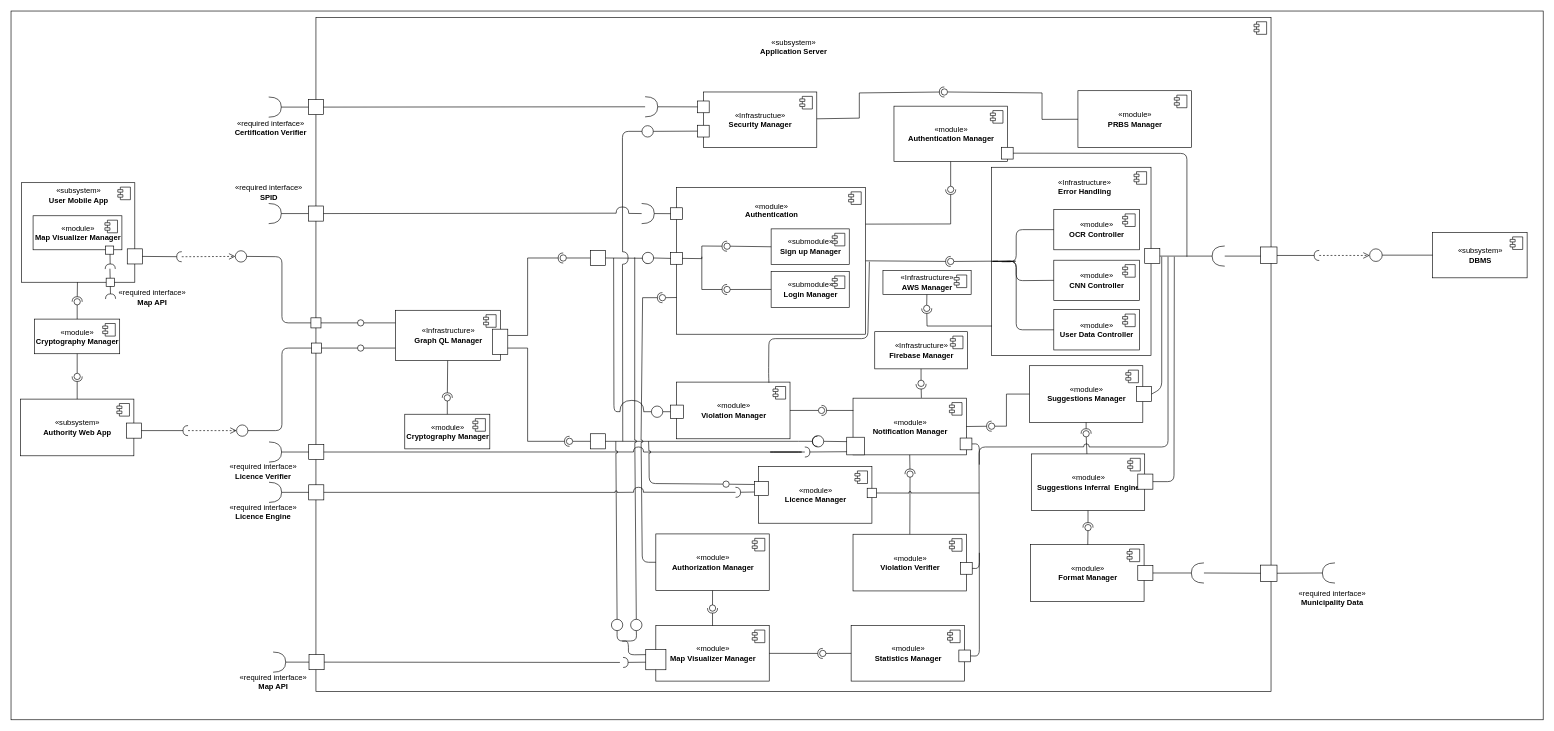
Before: DD/Components Diagram.drawio in comidan/SafeStreets, a draw.io diagram. Source tidied: cells renumbered, new cells numbered last; positions are measured from the earlier drawing's top-left corner, leaving out a move shared by most shapes. Both pictures are drawn from the tidied source at 63%, with x=0, y=0 at pixel (11, 11).
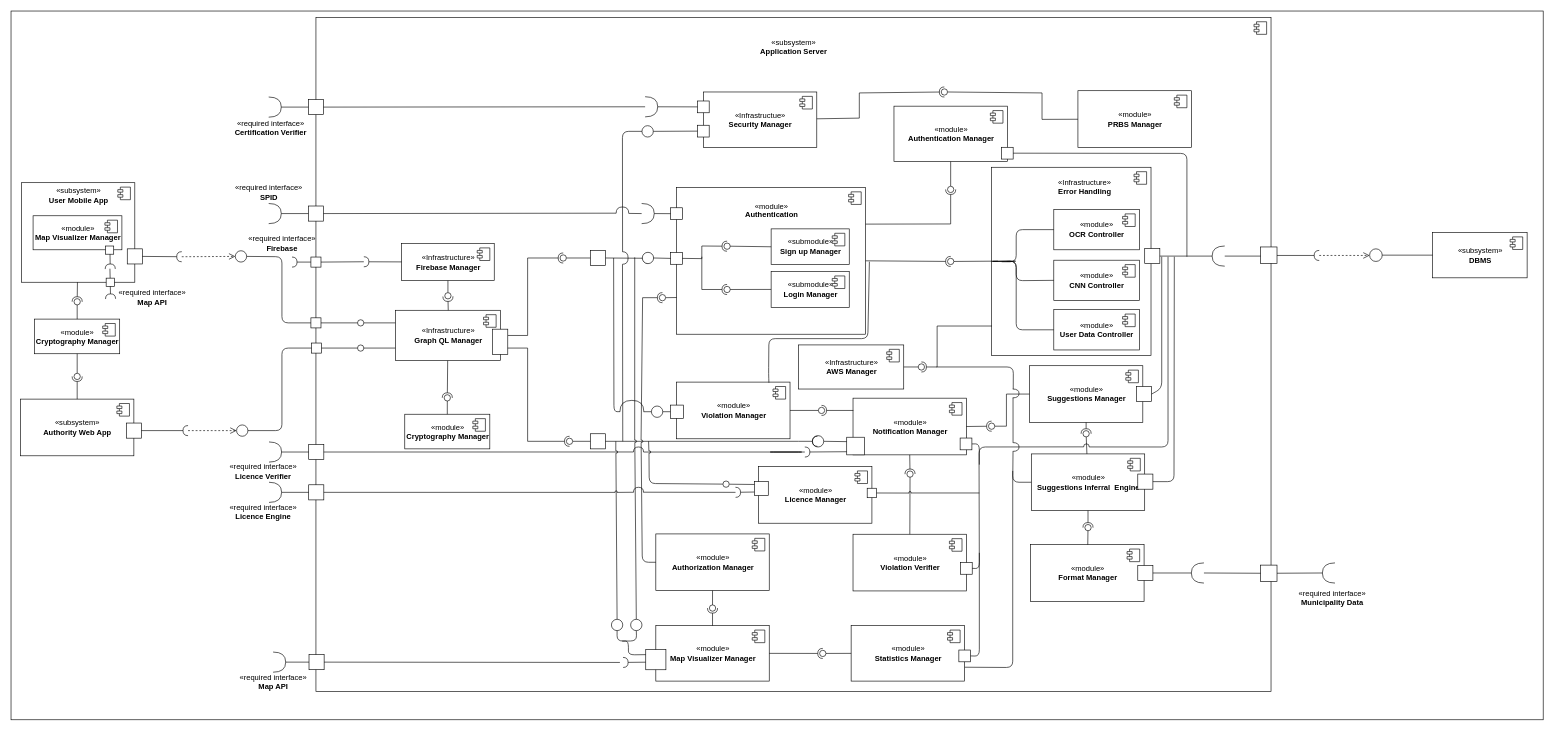
The same page after the edit.

Commit message (it also covers changes not shown here):
- Component view update

Unchanged cells that the change refers to:
```xml
<mxCell id="3" style="html=1;" parent="1" vertex="1">
  <mxGeometry x="484" y="10" width="1516" height="1070" as="geometry" />
</mxCell>
<mxCell id="25" value="«module»&lt;br&gt;&lt;b&gt;Statistics Manager&lt;/b&gt;" style="html=1;" parent="1" vertex="1">
  <mxGeometry x="1333.5" y="975.6" width="180" height="88" as="geometry" />
</mxCell>
<mxCell id="51" value="«module»&lt;br&gt;&lt;b&gt;Suggestions Inferral&amp;nbsp; Engine&lt;/b&gt;" style="html=1;" parent="1" vertex="1">
  <mxGeometry x="1619.5" y="703" width="180" height="90" as="geometry" />
</mxCell>
```

The edit, as a diff of the source:
```diff
@@
     <mxCell id="9" value="«Infrastructure»&lt;br&gt;&lt;b&gt;AWS Manager&lt;/b&gt;" style="html=1;" parent="3" vertex="1">
-      <mxGeometry x="900" y="402" width="140" height="38" as="geometry" />
+      <mxGeometry x="766" y="520" width="167" height="70" as="geometry" />
     </mxCell>
@@
-    <mxCell id="11" style="rounded=0;jettySize=auto;html=1;endArrow=none;endFill=0;" parent="3" edge="1" source="9" target="12">
+    <mxCell id="11" style="rounded=0;jettySize=auto;html=1;endArrow=none;endFill=0;exitX=1;exitY=0.5;exitDx=0;exitDy=0;" parent="3" edge="1" source="9" target="12">
       <mxGeometry relative="1" as="geometry" />
     </mxCell>
     <mxCell id="12" style="ellipse;whiteSpace=wrap;html=1;fontFamily=Helvetica;fontSize=12;fontColor=#000000;align=center;strokeColor=#000000;fillColor=#ffffff;points=[];" parent="3" vertex="1">
-      <mxGeometry x="964.5" y="457" width="10" height="10" as="geometry" />
+      <mxGeometry x="956" y="550" width="10" height="10" as="geometry" />
     </mxCell>
     <mxCell id="13" value="«Infrastructure»&lt;br&gt;&lt;b&gt;Firebase Manager&lt;/b&gt;" style="html=1;" parent="3" vertex="1">
-      <mxGeometry x="887" y="499" width="147" height="59" as="geometry" />
+      <mxGeometry x="136" y="359" width="147" height="59" as="geometry" />
     </mxCell>
@@
     <mxCell id="16" style="ellipse;whiteSpace=wrap;html=1;fontFamily=Helvetica;fontSize=12;fontColor=#000000;align=center;strokeColor=#000000;fillColor=#ffffff;points=[];" parent="3" vertex="1">
-      <mxGeometry x="955.5" y="576" width="10" height="10" as="geometry" />
+      <mxGeometry x="204.5" y="437" width="10" height="10" as="geometry" />
     </mxCell>
+    <mxCell id="278" style="rounded=0;jettySize=auto;html=1;endArrow=halfCircle;endFill=0;endSize=6;strokeWidth=1;" parent="3" edge="1" source="13">
+      <mxGeometry relative="1" as="geometry">
+        <mxPoint x="76" y="388" as="targetPoint" />
+      </mxGeometry>
+    </mxCell>
+    <mxCell id="279" style="endArrow=none;html=1;entryX=0.081;entryY=0.01;entryDx=0;entryDy=0;entryPerimeter=0;" parent="3" edge="1" target="280">
+      <mxGeometry relative="1" as="geometry">
+        <mxPoint x="985" y="555" as="sourcePoint" />
+        <Array as="points">
+          <mxPoint x="1107" y="555" />
+        </Array>
+      </mxGeometry>
+    </mxCell>
+    <mxCell id="280" style="shape=requiredInterface;html=1;verticalLabelPosition=bottom;" parent="3" vertex="1">
+      <mxGeometry x="1106" y="590" width="10" height="14" as="geometry" />
+    </mxCell>
+    <mxCell id="281" style="shape=requiredInterface;html=1;verticalLabelPosition=bottom;" parent="3" vertex="1">
+      <mxGeometry x="1106" y="675" width="10" height="14" as="geometry" />
+    </mxCell>
+    <mxCell id="282" style="endArrow=none;html=1;entryX=0.052;entryY=0.988;entryDx=0;entryDy=0;entryPerimeter=0;exitX=0.052;exitY=-0.025;exitDx=0;exitDy=0;exitPerimeter=0;" parent="3" edge="1" source="281">
+      <mxGeometry relative="1" as="geometry">
+        <mxPoint x="1106.5" y="603.8" as="targetPoint" />
+      </mxGeometry>
+    </mxCell>
+    <mxCell id="283" style="endArrow=none;html=1;exitX=1;exitY=0.75;exitDx=0;exitDy=0;" parent="3" edge="1" source="25">
+      <mxGeometry relative="1" as="geometry">
+        <mxPoint x="1106" y="720" as="targetPoint" />
+        <Array as="points">
+          <mxPoint x="1106" y="1032" />
+        </Array>
+      </mxGeometry>
+    </mxCell>
@@
     <mxCell id="271" style="rounded=0;jettySize=auto;html=1;endArrow=halfCircle;endFill=0;entryX=0.5;entryY=0.5;entryDx=0;entryDy=0;endSize=6;strokeWidth=1;" parent="1" edge="1" target="12">
       <mxGeometry relative="1" as="geometry">
         <mxPoint x="1557" y="500" as="sourcePoint" />
         <Array as="points">
-          <mxPoint x="1454" y="500" />
+          <mxPoint x="1470" y="500" />
+          <mxPoint x="1470" y="565" />
         </Array>
       </mxGeometry>
     </mxCell>
     <mxCell id="272" style="rounded=0;orthogonalLoop=1;jettySize=auto;html=1;endArrow=halfCircle;endFill=0;entryX=0.5;entryY=0.5;entryDx=0;entryDy=0;endSize=6;strokeWidth=1;" parent="1" edge="1">
       <mxGeometry relative="1" as="geometry">
-        <mxPoint x="1445" y="614" as="sourcePoint" />
-        <mxPoint x="1444.5" y="592" as="targetPoint" />
+        <mxPoint x="694" y="475" as="sourcePoint" />
+        <mxPoint x="693.5" y="453" as="targetPoint" />
       </mxGeometry>
     </mxCell>
@@
+    <mxCell id="284" style="whiteSpace=wrap;html=1;" parent="1" vertex="1">
+      <mxGeometry x="476" y="390.5" width="16" height="16" as="geometry" />
+    </mxCell>
+    <mxCell id="285" style="endArrow=none;html=1;exitX=1;exitY=0.5;exitDx=0;exitDy=0;" parent="1" edge="1" source="284">
+      <mxGeometry relative="1" as="geometry">
+        <mxPoint x="560" y="398" as="targetPoint" />
+      </mxGeometry>
+    </mxCell>
+    <mxCell id="286" style="rounded=0;orthogonalLoop=1;jettySize=auto;html=1;endArrow=halfCircle;endFill=0;endSize=6;strokeWidth=1;" parent="1" edge="1">
+      <mxGeometry relative="1" as="geometry">
+        <mxPoint x="476" y="398.5" as="sourcePoint" />
+        <mxPoint x="446" y="398.5" as="targetPoint" />
+      </mxGeometry>
+    </mxCell>
+    <mxCell id="287" value="«required interface»&lt;br&gt;&lt;b&gt;Firebase&lt;/b&gt;" style="text;html=1;align=center;verticalAlign=middle;" parent="1" vertex="1">
+      <mxGeometry x="369.5" y="353.5" width="120" height="30" as="geometry" />
+    </mxCell>
+    <mxCell id="288" style="endArrow=none;html=1;exitX=0.047;exitY=1.012;exitDx=0;exitDy=0;exitPerimeter=0;" parent="1" edge="1" source="281" target="51">
+      <mxGeometry relative="1" as="geometry">
+        <Array as="points">
+          <mxPoint x="1590" y="748" />
+        </Array>
+      </mxGeometry>
+    </mxCell>
```
